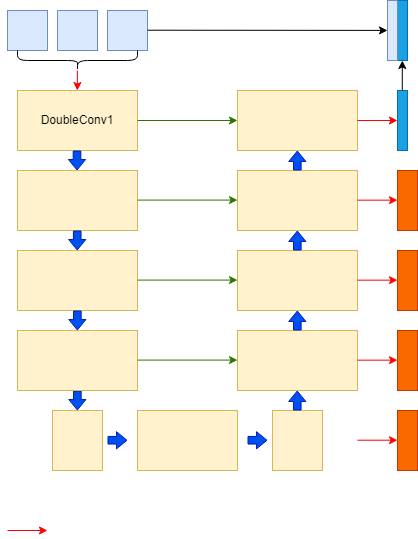
This is 2.drawio.png from DemonH-p/self-study, a draw.io export, as it was before one commit. Source tidied: cells renumbered, new cells last; positions are measured from the earlier drawing's top-left corner, leaving out a move shared by most shapes.
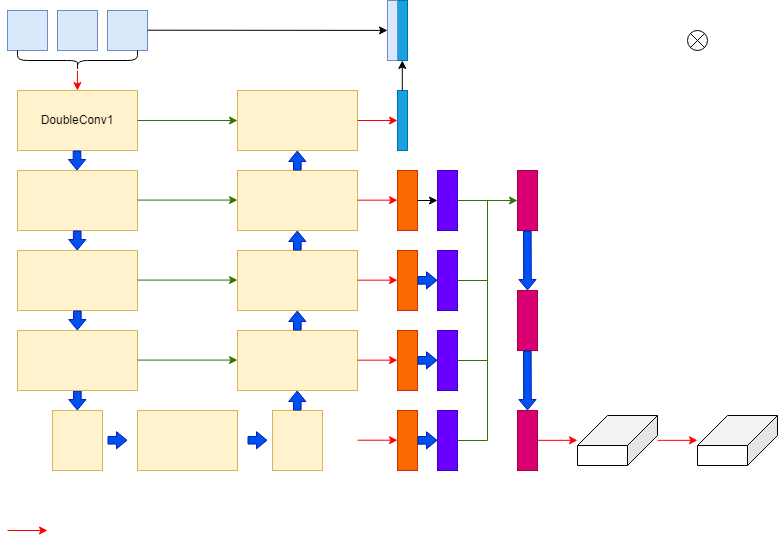
Above is the later version.

Diff of the diagram source:
```diff
@@ -236,5 +236,123 @@
         <mxPoint x="390" y="439.7" as="targetPoint" />
       </mxGeometry>
     </mxCell>
+    <mxCell id="47" style="shape=flexArrow;endArrow=classic;html=1;rounded=0;fillColor=#0050ef;strokeColor=#001DBC;endWidth=8.571428571428571;endSize=3.157142857142857;width=7.619047619047619;" parent="1" edge="1">
+      <mxGeometry relative="1" as="geometry">
+        <mxPoint x="410" y="439.8" as="sourcePoint" />
+        <mxPoint x="430" y="439.8" as="targetPoint" />
+        <Array as="points">
+          <mxPoint x="410" y="439.8" />
+        </Array>
+      </mxGeometry>
+    </mxCell>
+    <mxCell id="48" style="rounded=0;whiteSpace=wrap;html=1;fillColor=#6a00ff;fontColor=#ffffff;strokeColor=#3700CC;" parent="1" vertex="1">
+      <mxGeometry x="430" y="410" width="20" height="60" as="geometry" />
+    </mxCell>
+    <mxCell id="49" style="shape=flexArrow;endArrow=classic;html=1;rounded=0;fillColor=#0050ef;strokeColor=#001DBC;endWidth=8.571428571428571;endSize=3.157142857142857;width=7.619047619047619;" parent="1" edge="1">
+      <mxGeometry relative="1" as="geometry">
+        <mxPoint x="410" y="359.8" as="sourcePoint" />
+        <mxPoint x="430" y="359.8" as="targetPoint" />
+        <Array as="points">
+          <mxPoint x="410" y="359.8" />
+        </Array>
+      </mxGeometry>
+    </mxCell>
+    <mxCell id="50" style="rounded=0;whiteSpace=wrap;html=1;fillColor=#6a00ff;fontColor=#ffffff;strokeColor=#3700CC;" parent="1" vertex="1">
+      <mxGeometry x="430" y="330" width="20" height="60" as="geometry" />
+    </mxCell>
+    <mxCell id="51" style="shape=flexArrow;endArrow=classic;html=1;rounded=0;fillColor=#0050ef;strokeColor=#001DBC;endWidth=8.571428571428571;endSize=3.157142857142857;width=7.619047619047619;" parent="1" edge="1">
+      <mxGeometry relative="1" as="geometry">
+        <mxPoint x="410" y="279.8" as="sourcePoint" />
+        <mxPoint x="430" y="279.8" as="targetPoint" />
+        <Array as="points">
+          <mxPoint x="410" y="279.8" />
+        </Array>
+      </mxGeometry>
+    </mxCell>
+    <mxCell id="52" style="rounded=0;whiteSpace=wrap;html=1;fillColor=#6a00ff;fontColor=#ffffff;strokeColor=#3700CC;" parent="1" vertex="1">
+      <mxGeometry x="430" y="250" width="20" height="60" as="geometry" />
+    </mxCell>
+    <mxCell id="53" style="rounded=0;whiteSpace=wrap;html=1;fillColor=#6a00ff;fontColor=#ffffff;strokeColor=#3700CC;" parent="1" vertex="1">
+      <mxGeometry x="430" y="170" width="20" height="60" as="geometry" />
+    </mxCell>
+    <mxCell id="54" style="endArrow=classic;html=1;rounded=0;entryX=0;entryY=0.5;entryDx=0;entryDy=0;exitX=1;exitY=0.5;exitDx=0;exitDy=0;" parent="1" edge="1" source="42" target="53">
+      <mxGeometry relative="1" as="geometry" />
+    </mxCell>
+    <mxCell id="55" style="rounded=0;whiteSpace=wrap;html=1;fillColor=#d80073;fontColor=#ffffff;strokeColor=#A50040;" parent="1" vertex="1">
+      <mxGeometry x="510" y="170" width="20" height="60" as="geometry" />
+    </mxCell>
+    <mxCell id="56" style="endArrow=classic;html=1;rounded=0;fillColor=#60a917;strokeColor=#2D7600;exitX=1;exitY=0.5;exitDx=0;exitDy=0;entryX=0;entryY=0.5;entryDx=0;entryDy=0;" parent="1" edge="1" source="53" target="55">
+      <mxGeometry relative="1" as="geometry" />
+    </mxCell>
+    <mxCell id="57" style="endArrow=none;html=1;rounded=0;fillColor=#008a00;strokeColor=#2D7600;" parent="1" edge="1">
+      <mxGeometry relative="1" as="geometry">
+        <mxPoint x="450" y="280" as="sourcePoint" />
+        <mxPoint x="480" y="200" as="targetPoint" />
+        <Array as="points">
+          <mxPoint x="480" y="280" />
+        </Array>
+      </mxGeometry>
+    </mxCell>
+    <mxCell id="58" style="endArrow=none;html=1;rounded=0;fillColor=#008a00;strokeColor=#2D7600;" parent="1" edge="1">
+      <mxGeometry relative="1" as="geometry">
+        <mxPoint x="450" y="360" as="sourcePoint" />
+        <mxPoint x="480" y="280" as="targetPoint" />
+        <Array as="points">
+          <mxPoint x="480" y="360" />
+        </Array>
+      </mxGeometry>
+    </mxCell>
+    <mxCell id="59" style="endArrow=none;html=1;rounded=0;fillColor=#008a00;strokeColor=#2D7600;" parent="1" edge="1">
+      <mxGeometry relative="1" as="geometry">
+        <mxPoint x="450" y="440" as="sourcePoint" />
+        <mxPoint x="480" y="360" as="targetPoint" />
+        <Array as="points">
+          <mxPoint x="480" y="440" />
+        </Array>
+      </mxGeometry>
+    </mxCell>
+    <mxCell id="60" style="shape=flexArrow;endArrow=classic;html=1;rounded=0;fillColor=#0050ef;strokeColor=#001DBC;endWidth=8.571428571428571;endSize=3.157142857142857;width=7.619047619047619;entryX=0.5;entryY=0;entryDx=0;entryDy=0;" parent="1" edge="1" target="61">
+      <mxGeometry relative="1" as="geometry">
+        <mxPoint x="519.8" y="230" as="sourcePoint" />
+        <Array as="points">
+          <mxPoint x="519.8" y="230" />
+        </Array>
+      </mxGeometry>
+    </mxCell>
+    <mxCell id="61" style="rounded=0;whiteSpace=wrap;html=1;fillColor=#d80073;fontColor=#ffffff;strokeColor=#A50040;" parent="1" vertex="1">
+      <mxGeometry x="510" y="290" width="20" height="60" as="geometry" />
+    </mxCell>
+    <mxCell id="62" style="shape=flexArrow;endArrow=classic;html=1;rounded=0;fillColor=#0050ef;strokeColor=#001DBC;endWidth=8.571428571428571;endSize=3.157142857142857;width=7.619047619047619;entryX=0.5;entryY=0;entryDx=0;entryDy=0;" parent="1" edge="1" target="63">
+      <mxGeometry relative="1" as="geometry">
+        <mxPoint x="519.8" y="350" as="sourcePoint" />
+        <Array as="points">
+          <mxPoint x="519.8" y="350" />
+        </Array>
+      </mxGeometry>
+    </mxCell>
+    <mxCell id="63" style="rounded=0;whiteSpace=wrap;html=1;fillColor=#d80073;fontColor=#ffffff;strokeColor=#A50040;" parent="1" vertex="1">
+      <mxGeometry x="510" y="410" width="20" height="60" as="geometry" />
+    </mxCell>
+    <mxCell id="64" style="endArrow=classic;html=1;rounded=0;fillColor=#e51400;strokeColor=#ff0000;" parent="1" edge="1">
+      <mxGeometry relative="1" as="geometry">
+        <mxPoint x="530" y="439.8" as="sourcePoint" />
+        <mxPoint x="570" y="439.8" as="targetPoint" />
+      </mxGeometry>
+    </mxCell>
+    <mxCell id="65" style="shape=cube;whiteSpace=wrap;html=1;boundedLbl=1;backgroundOutline=1;darkOpacity=0.05;darkOpacity2=0.1;flipH=1;size=30;" parent="1" vertex="1">
+      <mxGeometry x="570" y="415" width="80" height="50" as="geometry" />
+    </mxCell>
+    <mxCell id="66" style="endArrow=classic;html=1;rounded=0;fillColor=#e51400;strokeColor=#ff0000;" parent="1" edge="1">
+      <mxGeometry relative="1" as="geometry">
+        <mxPoint x="650" y="439.8" as="sourcePoint" />
+        <mxPoint x="690" y="439.8" as="targetPoint" />
+      </mxGeometry>
+    </mxCell>
+    <mxCell id="67" style="shape=cube;whiteSpace=wrap;html=1;boundedLbl=1;backgroundOutline=1;darkOpacity=0.05;darkOpacity2=0.1;flipH=1;size=30;" parent="1" vertex="1">
+      <mxGeometry x="690" y="415" width="80" height="50" as="geometry" />
+    </mxCell>
+    <mxCell id="68" style="shape=sumEllipse;perimeter=ellipsePerimeter;whiteSpace=wrap;html=1;backgroundOutline=1;" parent="1" vertex="1">
+      <mxGeometry x="680" y="30" width="20" height="20" as="geometry" />
+    </mxCell>
   </root>
 </mxGraphModel>
```
